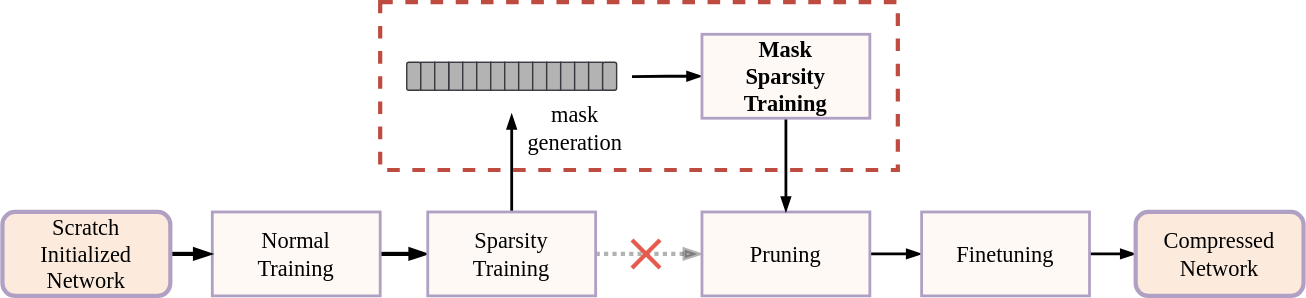
AAAAAAAyq/Personal-Studying keeps this draw.io diagram as mask.svg. Above is the earlier version. Source tidied: cells renumbered, new cells last; positions are measured from the earlier drawing's top-left corner, leaving out a move shared by most shapes.
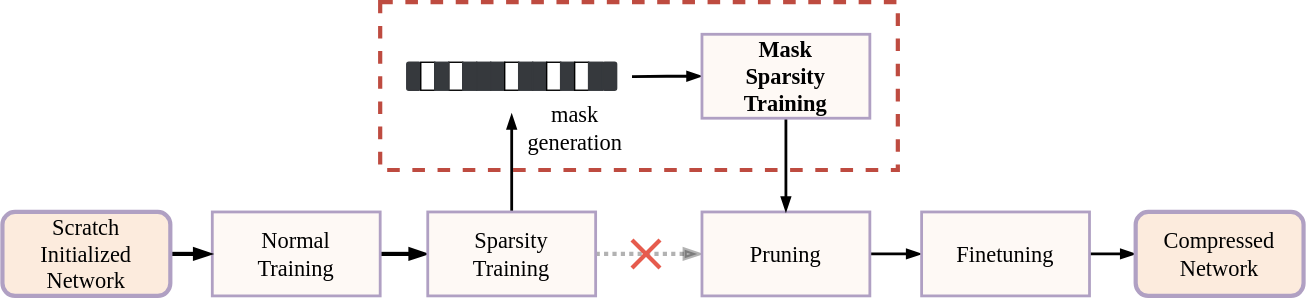
After the change.

Change to the diagram source:
```diff
@@ -2,6 +2,9 @@
   <root>
     <mxCell id="0" />
     <mxCell id="1" parent="0" />
+    <mxCell id="34" style="rounded=0;whiteSpace=wrap;html=1;shadow=0;glass=0;sketch=0;fontFamily=Times New Roman;fontSize=16;strokeWidth=3;gradientColor=#ffffff;fillColor=none;dashed=1;strokeColor=#BE4B40;" parent="1" vertex="1">
+      <mxGeometry x="270" width="370" height="120" as="geometry" />
+    </mxCell>
     <mxCell id="2" style="edgeStyle=orthogonalEdgeStyle;rounded=0;jettySize=auto;html=1;exitX=1;exitY=0.5;exitDx=0;exitDy=0;entryX=0;entryY=0.5;entryDx=0;entryDy=0;fontFamily=Times New Roman;fontSize=16;endArrow=blockThin;endFill=1;strokeWidth=3;" parent="1" edge="1" source="3" target="6">
       <mxGeometry relative="1" as="geometry" />
     </mxCell>
@@ -63,54 +66,51 @@
         <mxPoint x="450" y="170" as="targetPoint" />
       </mxGeometry>
     </mxCell>
-    <mxCell id="19" style="whiteSpace=wrap;html=1;fontFamily=Times New Roman;fontSize=16;strokeWidth=1;strokeColor=#36393D;fillColor=#B3B3B3;" parent="1" vertex="1">
+    <mxCell id="19" style="whiteSpace=wrap;html=1;fontFamily=Times New Roman;fontSize=16;strokeWidth=1;" parent="1" vertex="1">
       <mxGeometry x="319" y="43" width="10" height="20" as="geometry" />
     </mxCell>
-    <mxCell id="20" style="whiteSpace=wrap;html=1;fontFamily=Times New Roman;fontSize=16;strokeWidth=1;strokeColor=#36393D;fillColor=#B3B3B3;" parent="1" vertex="1">
+    <mxCell id="20" style="whiteSpace=wrap;html=1;fontFamily=Times New Roman;fontSize=16;strokeWidth=1;strokeColor=#36393D;fillColor=#36393D;" parent="1" vertex="1">
       <mxGeometry x="329" y="43" width="10" height="20" as="geometry" />
     </mxCell>
-    <mxCell id="21" style="whiteSpace=wrap;html=1;fontFamily=Times New Roman;fontSize=16;strokeWidth=1;strokeColor=#36393D;fillColor=#B3B3B3;" parent="1" vertex="1">
+    <mxCell id="21" style="whiteSpace=wrap;html=1;fontFamily=Times New Roman;fontSize=16;strokeWidth=1;strokeColor=#36393D;fillColor=#36393D;" parent="1" vertex="1">
       <mxGeometry x="339" y="43" width="10" height="20" as="geometry" />
     </mxCell>
-    <mxCell id="22" style="whiteSpace=wrap;html=1;fontFamily=Times New Roman;fontSize=16;strokeWidth=1;strokeColor=#36393D;fillColor=#B3B3B3;" parent="1" vertex="1">
+    <mxCell id="22" style="whiteSpace=wrap;html=1;fontFamily=Times New Roman;fontSize=16;strokeWidth=1;strokeColor=#36393D;fillColor=#36393D;" parent="1" vertex="1">
       <mxGeometry x="349" y="43" width="10" height="20" as="geometry" />
     </mxCell>
-    <mxCell id="23" style="whiteSpace=wrap;html=1;fontFamily=Times New Roman;fontSize=16;strokeWidth=1;strokeColor=#36393D;fillColor=#B3B3B3;" parent="1" vertex="1">
+    <mxCell id="23" style="whiteSpace=wrap;html=1;fontFamily=Times New Roman;fontSize=16;strokeWidth=1;" parent="1" vertex="1">
       <mxGeometry x="359" y="43" width="10" height="20" as="geometry" />
     </mxCell>
-    <mxCell id="24" style="whiteSpace=wrap;html=1;fontFamily=Times New Roman;fontSize=16;strokeWidth=1;strokeColor=#36393D;fillColor=#B3B3B3;" parent="1" vertex="1">
+    <mxCell id="24" style="whiteSpace=wrap;html=1;fontFamily=Times New Roman;fontSize=16;strokeWidth=1;strokeColor=#36393D;fillColor=#36393D;" parent="1" vertex="1">
       <mxGeometry x="369" y="43" width="10" height="20" as="geometry" />
     </mxCell>
-    <mxCell id="25" style="whiteSpace=wrap;html=1;fontFamily=Times New Roman;fontSize=16;strokeWidth=1;strokeColor=#36393D;fillColor=#B3B3B3;" parent="1" vertex="1">
+    <mxCell id="25" style="whiteSpace=wrap;html=1;fontFamily=Times New Roman;fontSize=16;strokeWidth=1;strokeColor=#36393D;fillColor=#36393D;" parent="1" vertex="1">
       <mxGeometry x="379" y="43" width="10" height="20" as="geometry" />
     </mxCell>
-    <mxCell id="26" style="whiteSpace=wrap;html=1;fontFamily=Times New Roman;fontSize=16;strokeWidth=1;strokeColor=#36393D;fillColor=#B3B3B3;" parent="1" vertex="1">
+    <mxCell id="26" style="whiteSpace=wrap;html=1;fontFamily=Times New Roman;fontSize=16;strokeWidth=1;" parent="1" vertex="1">
       <mxGeometry x="389" y="43" width="10" height="20" as="geometry" />
     </mxCell>
-    <mxCell id="27" style="whiteSpace=wrap;html=1;fontFamily=Times New Roman;fontSize=16;strokeWidth=1;strokeColor=#36393D;fillColor=#B3B3B3;" parent="1" vertex="1">
+    <mxCell id="27" style="whiteSpace=wrap;html=1;fontFamily=Times New Roman;fontSize=16;strokeWidth=1;strokeColor=#36393D;fillColor=#36393D;" parent="1" vertex="1">
       <mxGeometry x="399" y="43" width="10" height="20" as="geometry" />
     </mxCell>
-    <mxCell id="28" style="whiteSpace=wrap;html=1;fontFamily=Times New Roman;fontSize=16;strokeWidth=1;strokeColor=#36393D;fillColor=#B3B3B3;rounded=1;" parent="1" vertex="1">
+    <mxCell id="28" style="whiteSpace=wrap;html=1;fontFamily=Times New Roman;fontSize=16;strokeWidth=1;strokeColor=#36393D;rounded=1;fillColor=#36393D;" parent="1" vertex="1">
       <mxGeometry x="289" y="43" width="10" height="20" as="geometry" />
     </mxCell>
-    <mxCell id="29" style="whiteSpace=wrap;html=1;fontFamily=Times New Roman;fontSize=16;strokeWidth=1;strokeColor=#36393D;fillColor=#B3B3B3;" parent="1" vertex="1">
+    <mxCell id="29" style="whiteSpace=wrap;html=1;fontFamily=Times New Roman;fontSize=16;strokeWidth=1;" parent="1" vertex="1">
       <mxGeometry x="299" y="43" width="10" height="20" as="geometry" />
     </mxCell>
-    <mxCell id="30" style="whiteSpace=wrap;html=1;fontFamily=Times New Roman;fontSize=16;strokeWidth=1;strokeColor=#36393D;fillColor=#B3B3B3;" parent="1" vertex="1">
+    <mxCell id="30" style="whiteSpace=wrap;html=1;fontFamily=Times New Roman;fontSize=16;strokeWidth=1;strokeColor=#36393D;fillColor=#36393D;" parent="1" vertex="1">
       <mxGeometry x="309" y="43" width="10" height="20" as="geometry" />
     </mxCell>
-    <mxCell id="31" style="whiteSpace=wrap;html=1;fontFamily=Times New Roman;fontSize=16;strokeWidth=1;strokeColor=#36393D;fillColor=#B3B3B3;" parent="1" vertex="1">
+    <mxCell id="31" style="whiteSpace=wrap;html=1;fontFamily=Times New Roman;fontSize=16;strokeWidth=1;" parent="1" vertex="1">
       <mxGeometry x="409" y="43" width="10" height="20" as="geometry" />
     </mxCell>
-    <mxCell id="32" style="whiteSpace=wrap;html=1;fontFamily=Times New Roman;fontSize=16;strokeWidth=1;strokeColor=#36393D;fillColor=#B3B3B3;" parent="1" vertex="1">
+    <mxCell id="32" style="whiteSpace=wrap;html=1;fontFamily=Times New Roman;fontSize=16;strokeWidth=1;strokeColor=#36393D;fillColor=#36393D;" parent="1" vertex="1">
       <mxGeometry x="419" y="43" width="10" height="20" as="geometry" />
     </mxCell>
-    <mxCell id="33" style="whiteSpace=wrap;html=1;fontFamily=Times New Roman;fontSize=16;strokeWidth=1;strokeColor=#36393D;fillColor=#B3B3B3;rounded=1;glass=0;sketch=0;shadow=0;" parent="1" vertex="1">
+    <mxCell id="33" style="whiteSpace=wrap;html=1;fontFamily=Times New Roman;fontSize=16;strokeWidth=1;strokeColor=#36393D;rounded=1;glass=0;sketch=0;shadow=0;fillColor=#36393D;" parent="1" vertex="1">
       <mxGeometry x="429" y="43" width="10" height="20" as="geometry" />
     </mxCell>
-    <mxCell id="34" style="rounded=0;whiteSpace=wrap;html=1;shadow=0;glass=0;sketch=0;fontFamily=Times New Roman;fontSize=16;strokeWidth=3;gradientColor=#ffffff;fillColor=none;dashed=1;strokeColor=#BE4B40;" parent="1" vertex="1">
-      <mxGeometry x="270" width="370" height="120" as="geometry" />
-    </mxCell>
     <mxCell id="35" value="mask&lt;br&gt;generation" style="text;html=1;align=center;verticalAlign=middle;strokeColor=none;fillColor=none;fontSize=16;fontFamily=Times New Roman;" parent="1" vertex="1">
       <mxGeometry x="369" y="70" width="80" height="40" as="geometry" />
     </mxCell>
```
